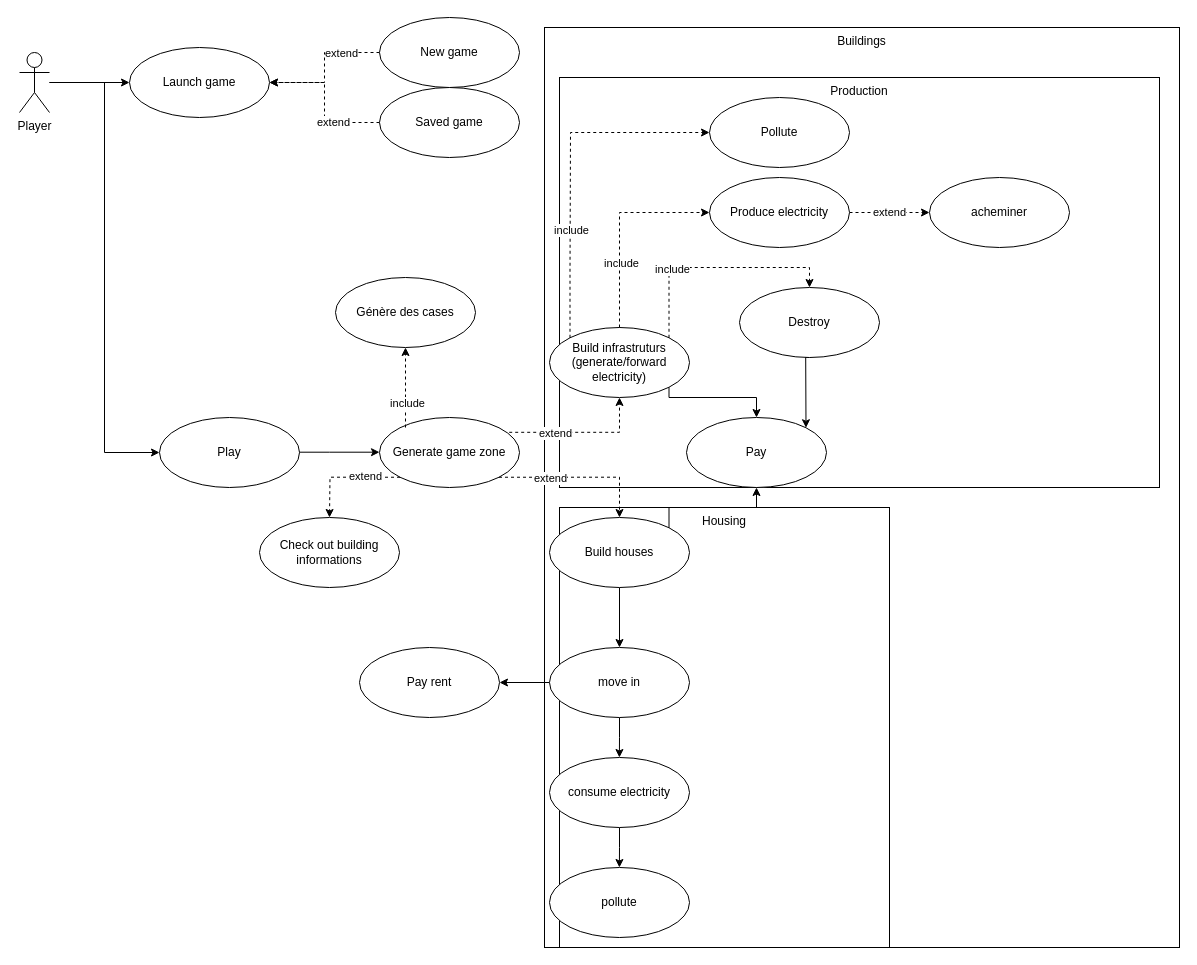
Before: uml/Diagramme_cas_utilsation_v3.drawio in Flo3171/AP4B_Project_FX, a draw.io diagram. Source tidied: cells renumbered, new cells numbered last; positions are measured from the earlier drawing's top-left corner, leaving out a move shared by most shapes. Both pictures are drawn from the tidied source at 100%, with x=0, y=0 at pixel (19, 17).
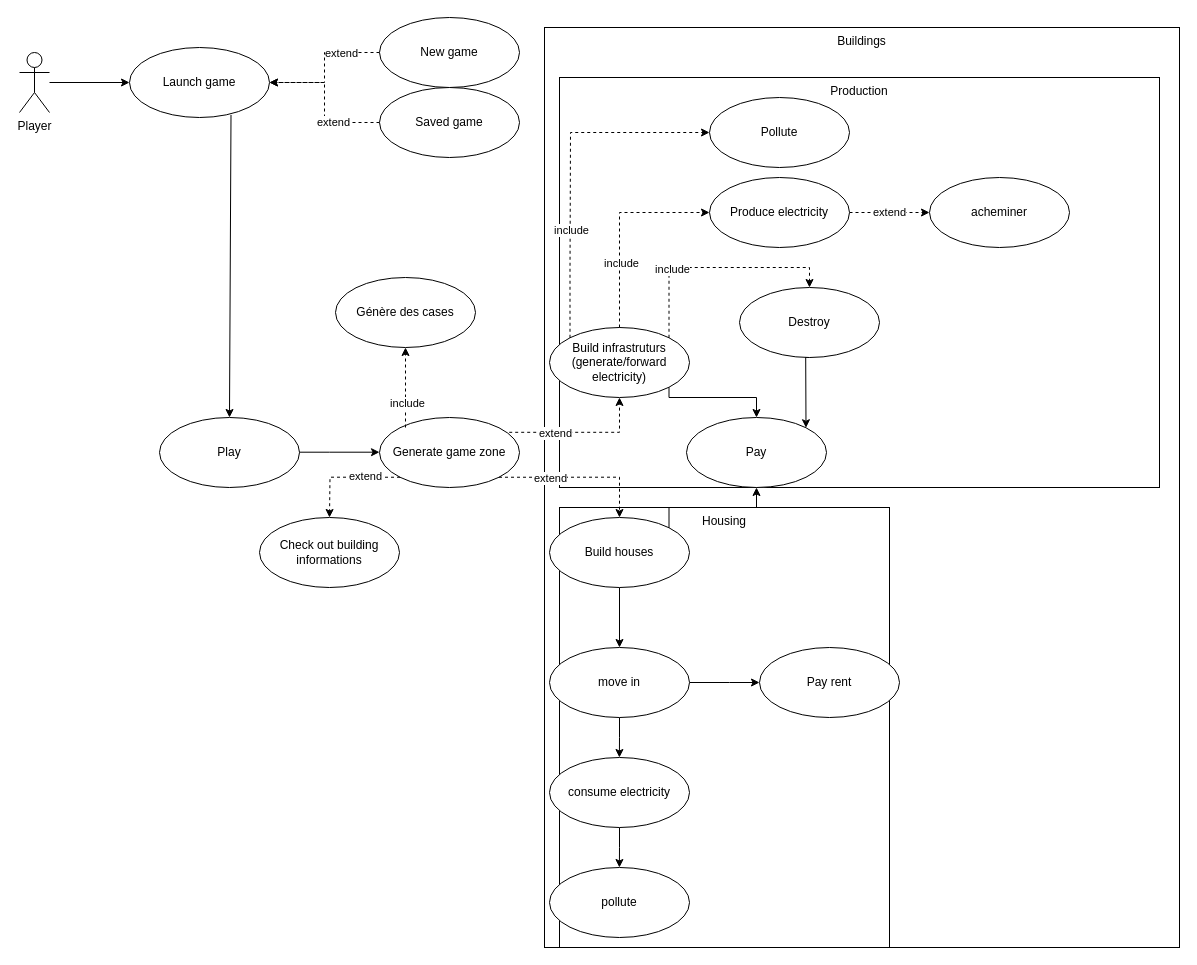
The same diagram, later.

Unchanged cells that the change refers to:
```xml
<mxCell id="7" value="Player" style="shape=umlActor;verticalLabelPosition=bottom;verticalAlign=top;html=1;" parent="1" vertex="1">
  <mxGeometry y="35" width="30" height="60" as="geometry" />
</mxCell>
<mxCell id="8" value="Launch game" style="ellipse;whiteSpace=wrap;html=1;" parent="1" vertex="1">
  <mxGeometry x="110" y="30" width="140" height="70" as="geometry" />
</mxCell>
<mxCell id="15" value="Play" style="ellipse;whiteSpace=wrap;html=1;" parent="1" vertex="1">
  <mxGeometry x="140" y="400" width="140" height="70" as="geometry" />
</mxCell>
<mxCell id="29" value="move in" style="ellipse;whiteSpace=wrap;html=1;" parent="1" vertex="1">
  <mxGeometry x="530" y="630" width="140" height="70" as="geometry" />
</mxCell>
```

What changed in the source:
```diff
@@
-    <mxCell id="6" style="edgeStyle=orthogonalEdgeStyle;rounded=0;jettySize=auto;html=1;entryX=0;entryY=0.5;entryDx=0;entryDy=0;" parent="1" edge="1" source="7" target="15">
-      <mxGeometry relative="1" as="geometry" />
-    </mxCell>
@@
-    <mxCell id="28" style="edgeStyle=orthogonalEdgeStyle;rounded=0;jettySize=auto;html=1;exitX=0;exitY=0.5;exitDx=0;exitDy=0;" parent="1" edge="1" source="29">
+    <mxCell id="28" style="edgeStyle=orthogonalEdgeStyle;rounded=0;jettySize=auto;html=1;exitX=1;exitY=0.5;exitDx=0;exitDy=0;entryX=0;entryY=0.5;entryDx=0;entryDy=0;" parent="1" edge="1" source="29" target="34">
       <mxGeometry relative="1" as="geometry">
-        <mxPoint x="480" y="665" as="targetPoint" />
+        <Array as="points">
+          <mxPoint x="710" y="665" />
+          <mxPoint x="710" y="665" />
+        </Array>
       </mxGeometry>
     </mxCell>
@@
     <mxCell id="34" value="Pay rent" style="ellipse;whiteSpace=wrap;html=1;" parent="1" vertex="1">
-      <mxGeometry x="340" y="630" width="140" height="70" as="geometry" />
+      <mxGeometry x="740" y="630" width="140" height="70" as="geometry" />
     </mxCell>
@@
+    <mxCell id="53" style="endArrow=classic;html=1;rounded=0;exitX=0.725;exitY=0.963;exitDx=0;exitDy=0;entryX=0.5;entryY=0;entryDx=0;entryDy=0;exitPerimeter=0;" parent="1" edge="1" source="8" target="15">
+      <mxGeometry relative="1" as="geometry" />
+    </mxCell>
```
